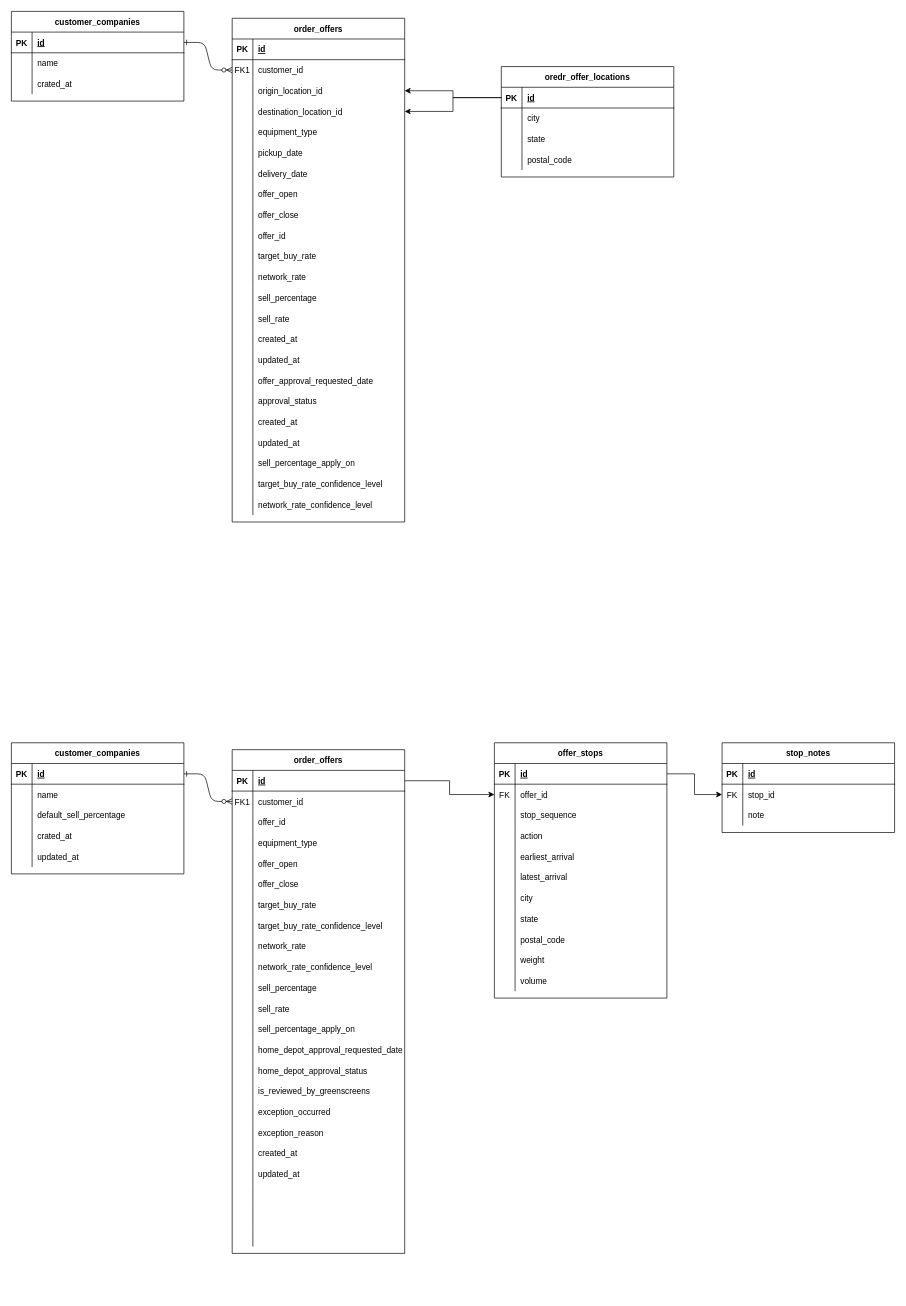
This is office-imi-pgt-homedepot.drawio from venkat0x1/ER-Diagrams, a draw.io file, before an edit. Source tidied: cells renumbered, new cells numbered last; positions are measured from the earlier drawing's top-left corner, leaving out a move shared by most shapes. Both pictures are drawn from the tidied source at 69%, with x=0, y=0 at pixel (11, 11).
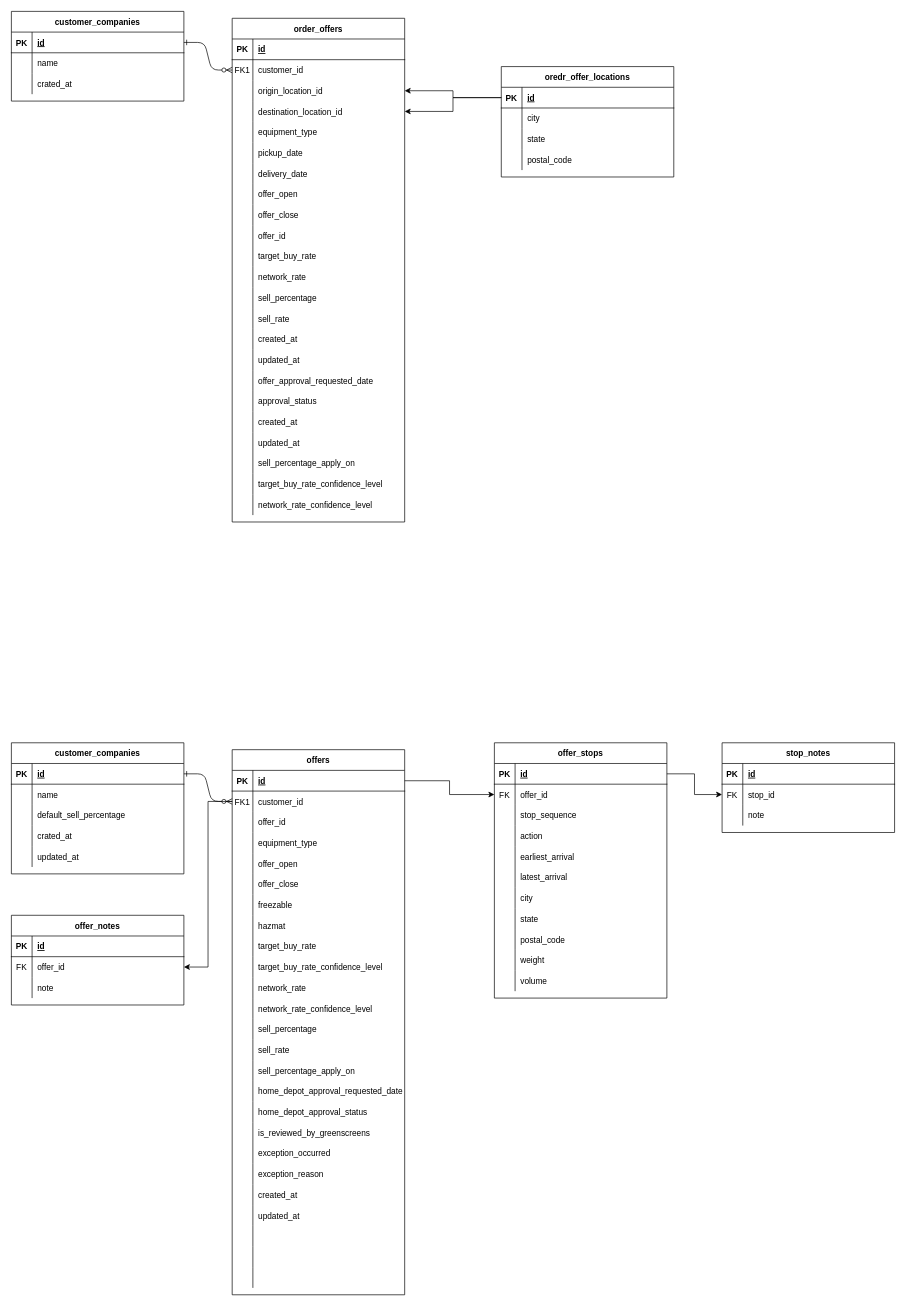
After the change.

Unchanged cells that the change refers to:
```xml
<mxCell id="103" style="shape=partialRectangle;fillColor=none;points=[[0,0.5],[1,0.5]];portConstraint=eastwest;top=0;left=0;right=0;bottom=0;" parent="99" vertex="1">
  <mxGeometry y="60" width="250" height="30" as="geometry" />
</mxCell>
```

Change to the diagram source:
```diff
@@
-    <mxCell id="99" value="order_offers" style="shape=table;startSize=30;childLayout=tableLayout;rowLines=0;fontStyle=1;align=center;" parent="1" vertex="1">
-      <mxGeometry x="320" y="1070" width="250" height="730" as="geometry" />
+    <mxCell id="99" value="offers" style="shape=table;startSize=30;childLayout=tableLayout;rowLines=0;fontStyle=1;align=center;" parent="1" vertex="1">
+      <mxGeometry x="320" y="1070" width="250" height="790" as="geometry" />
     </mxCell>
@@
+    <mxCell id="231" style="shape=partialRectangle;fillColor=none;top=0;left=0;right=0;bottom=0;" parent="99" vertex="1">
+      <mxGeometry y="210" width="250" height="30" as="geometry" />
+    </mxCell>
+    <mxCell id="232" style="shape=partialRectangle;overflow=hidden;fillColor=none;top=0;left=0;bottom=0;right=0;" parent="231" vertex="1">
+      <mxGeometry width="30" height="30" as="geometry" />
+    </mxCell>
+    <mxCell id="233" value="freezable" style="shape=partialRectangle;overflow=hidden;fillColor=none;top=0;left=0;bottom=0;right=0;align=left;spacingLeft=6;" parent="231" vertex="1">
+      <mxGeometry x="30" width="220" height="30" as="geometry" />
+    </mxCell>
+    <mxCell id="234" style="shape=partialRectangle;fillColor=none;top=0;left=0;right=0;bottom=0;" parent="99" vertex="1">
+      <mxGeometry y="240" width="250" height="30" as="geometry" />
+    </mxCell>
+    <mxCell id="235" style="shape=partialRectangle;overflow=hidden;fillColor=none;top=0;left=0;bottom=0;right=0;" parent="234" vertex="1">
+      <mxGeometry width="30" height="30" as="geometry" />
+    </mxCell>
+    <mxCell id="236" value="hazmat" style="shape=partialRectangle;overflow=hidden;fillColor=none;top=0;left=0;bottom=0;right=0;align=left;spacingLeft=6;" parent="234" vertex="1">
+      <mxGeometry x="30" width="220" height="30" as="geometry" />
+    </mxCell>
     <mxCell id="118" style="shape=partialRectangle;fillColor=none;top=0;left=0;right=0;bottom=0;" parent="99" vertex="1">
-      <mxGeometry y="210" width="250" height="30" as="geometry" />
+      <mxGeometry y="270" width="250" height="30" as="geometry" />
     </mxCell>
@@
     <mxCell id="121" style="shape=partialRectangle;fillColor=none;top=0;left=0;right=0;bottom=0;" parent="99" vertex="1">
-      <mxGeometry y="240" width="250" height="30" as="geometry" />
+      <mxGeometry y="300" width="250" height="30" as="geometry" />
     </mxCell>
@@
     <mxCell id="124" style="shape=partialRectangle;fillColor=none;top=0;left=0;right=0;bottom=0;" parent="99" vertex="1">
-      <mxGeometry y="270" width="250" height="30" as="geometry" />
+      <mxGeometry y="330" width="250" height="30" as="geometry" />
     </mxCell>
@@
     <mxCell id="127" style="shape=partialRectangle;fillColor=none;top=0;left=0;right=0;bottom=0;" parent="99" vertex="1">
-      <mxGeometry y="300" width="250" height="30" as="geometry" />
+      <mxGeometry y="360" width="250" height="30" as="geometry" />
     </mxCell>
@@
     <mxCell id="130" style="shape=partialRectangle;fillColor=none;top=0;left=0;right=0;bottom=0;" parent="99" vertex="1">
-      <mxGeometry y="330" width="250" height="30" as="geometry" />
+      <mxGeometry y="390" width="250" height="30" as="geometry" />
     </mxCell>
@@
     <mxCell id="133" style="shape=partialRectangle;fillColor=none;top=0;left=0;right=0;bottom=0;" parent="99" vertex="1">
-      <mxGeometry y="360" width="250" height="30" as="geometry" />
+      <mxGeometry y="420" width="250" height="30" as="geometry" />
     </mxCell>
@@
     <mxCell id="136" style="shape=partialRectangle;fillColor=none;top=0;left=0;right=0;bottom=0;" parent="99" vertex="1">
-      <mxGeometry y="390" width="250" height="30" as="geometry" />
+      <mxGeometry y="450" width="250" height="30" as="geometry" />
     </mxCell>
@@
     <mxCell id="139" style="shape=partialRectangle;fillColor=none;top=0;left=0;right=0;bottom=0;" parent="99" vertex="1">
-      <mxGeometry y="420" width="250" height="30" as="geometry" />
+      <mxGeometry y="480" width="250" height="30" as="geometry" />
     </mxCell>
@@
     <mxCell id="142" style="shape=partialRectangle;fillColor=none;top=0;left=0;right=0;bottom=0;" parent="99" vertex="1">
-      <mxGeometry y="450" width="250" height="30" as="geometry" />
+      <mxGeometry y="510" width="250" height="30" as="geometry" />
     </mxCell>
@@
     <mxCell id="145" style="shape=partialRectangle;fillColor=none;top=0;left=0;right=0;bottom=0;" parent="99" vertex="1">
-      <mxGeometry y="480" width="250" height="30" as="geometry" />
+      <mxGeometry y="540" width="250" height="30" as="geometry" />
     </mxCell>
@@
     <mxCell id="148" style="shape=partialRectangle;fillColor=none;top=0;left=0;right=0;bottom=0;" parent="99" vertex="1">
-      <mxGeometry y="510" width="250" height="30" as="geometry" />
+      <mxGeometry y="570" width="250" height="30" as="geometry" />
     </mxCell>
@@
     <mxCell id="151" style="shape=partialRectangle;fillColor=none;top=0;left=0;right=0;bottom=0;" parent="99" vertex="1">
-      <mxGeometry y="540" width="250" height="30" as="geometry" />
+      <mxGeometry y="600" width="250" height="30" as="geometry" />
     </mxCell>
@@
     <mxCell id="154" style="shape=partialRectangle;fillColor=none;top=0;left=0;right=0;bottom=0;" parent="99" vertex="1">
-      <mxGeometry y="570" width="250" height="30" as="geometry" />
+      <mxGeometry y="630" width="250" height="30" as="geometry" />
     </mxCell>
@@
     <mxCell id="157" style="shape=partialRectangle;fillColor=none;top=0;left=0;right=0;bottom=0;" parent="99" vertex="1">
-      <mxGeometry y="600" width="250" height="30" as="geometry" />
+      <mxGeometry y="660" width="250" height="30" as="geometry" />
     </mxCell>
@@
     <mxCell id="160" style="shape=partialRectangle;fillColor=none;top=0;left=0;right=0;bottom=0;" parent="99" vertex="1">
-      <mxGeometry y="630" width="250" height="30" as="geometry" />
+      <mxGeometry y="690" width="250" height="30" as="geometry" />
     </mxCell>
@@
     <mxCell id="163" style="shape=partialRectangle;fillColor=none;top=0;left=0;right=0;bottom=0;" parent="99" vertex="1">
-      <mxGeometry y="660" width="250" height="30" as="geometry" />
+      <mxGeometry y="720" width="250" height="30" as="geometry" />
     </mxCell>
@@
     <mxCell id="166" style="shape=partialRectangle;fillColor=none;top=0;left=0;right=0;bottom=0;" parent="99" vertex="1">
-      <mxGeometry y="690" width="250" height="30" as="geometry" />
+      <mxGeometry y="750" width="250" height="30" as="geometry" />
     </mxCell>
@@
+    <mxCell id="237" value="offer_notes" style="shape=table;startSize=30;childLayout=tableLayout;rowLines=0;fontStyle=1;align=center;" parent="1" vertex="1">
+      <mxGeometry y="1310" width="250" height="130" as="geometry" />
+    </mxCell>
+    <mxCell id="238" style="shape=partialRectangle;fillColor=none;top=0;left=0;right=0;bottom=1;" parent="237" vertex="1">
+      <mxGeometry y="30" width="250" height="30" as="geometry" />
+    </mxCell>
+    <mxCell id="239" value="PK" style="shape=partialRectangle;overflow=hidden;fillColor=none;top=0;left=0;bottom=0;right=0;fontStyle=1;" parent="238" vertex="1">
+      <mxGeometry width="30" height="30" as="geometry" />
+    </mxCell>
+    <mxCell id="240" value="id" style="shape=partialRectangle;overflow=hidden;fillColor=none;top=0;left=0;bottom=0;right=0;align=left;spacingLeft=6;fontStyle=5;" parent="238" vertex="1">
+      <mxGeometry x="30" width="220" height="30" as="geometry" />
+    </mxCell>
+    <mxCell id="241" style="shape=partialRectangle;fillColor=none;points=[[0,0.5],[1,0.5]];portConstraint=eastwest;top=0;left=0;right=0;bottom=0;" parent="237" vertex="1">
+      <mxGeometry y="60" width="250" height="30" as="geometry" />
+    </mxCell>
+    <mxCell id="242" value="FK" style="shape=partialRectangle;overflow=hidden;fillColor=none;top=0;left=0;bottom=0;right=0;" parent="241" vertex="1">
+      <mxGeometry width="30" height="30" as="geometry" />
+    </mxCell>
+    <mxCell id="243" value="offer_id" style="shape=partialRectangle;overflow=hidden;fillColor=none;top=0;left=0;bottom=0;right=0;align=left;spacingLeft=6;" parent="241" vertex="1">
+      <mxGeometry x="30" width="220" height="30" as="geometry" />
+    </mxCell>
+    <mxCell id="244" style="shape=partialRectangle;fillColor=none;top=0;left=0;right=0;bottom=0;" parent="237" vertex="1">
+      <mxGeometry y="90" width="250" height="30" as="geometry" />
+    </mxCell>
+    <mxCell id="245" style="shape=partialRectangle;overflow=hidden;fillColor=none;top=0;left=0;bottom=0;right=0;" parent="244" vertex="1">
+      <mxGeometry width="30" height="30" as="geometry" />
+    </mxCell>
+    <mxCell id="246" value="note" style="shape=partialRectangle;overflow=hidden;fillColor=none;top=0;left=0;bottom=0;right=0;align=left;spacingLeft=6;" parent="244" vertex="1">
+      <mxGeometry x="30" width="220" height="30" as="geometry" />
+    </mxCell>
+    <mxCell id="247" style="edgeStyle=orthogonalEdgeStyle;rounded=0;jettySize=auto;html=1;exitX=0;exitY=0.5;exitDx=0;exitDy=0;entryX=1;entryY=0.5;entryDx=0;entryDy=0;" parent="1" edge="1" source="103" target="241">
+      <mxGeometry relative="1" as="geometry" />
+    </mxCell>
```
